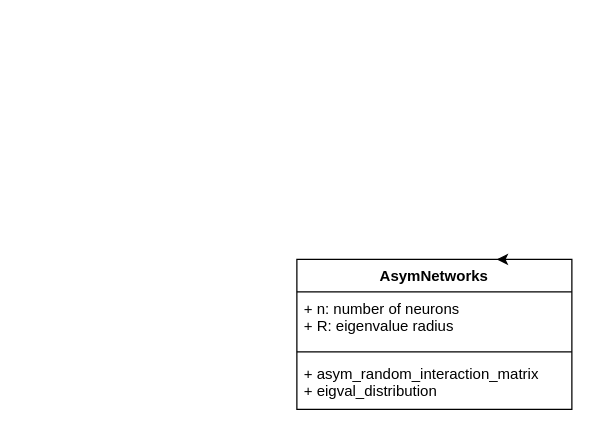
rzhou-space/kaschube-lab.github.io keeps this draw.io diagram as Asym_1D_NN.drawio. Above is the earlier version. Source tidied: cells renumbered, new cells numbered last; positions are measured from the earlier drawing's top-left corner, leaving out a move shared by most shapes. Both pictures are drawn from the tidied source at 125%, with x=0, y=0 at pixel (296, 259).
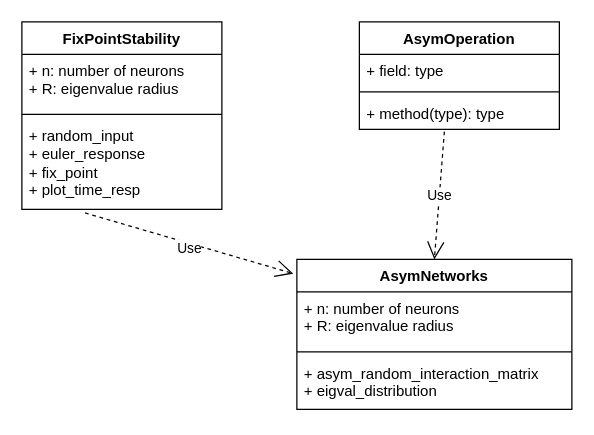
The same page after the edit.

Change to the diagram source:
```diff
@@
 <mxGraphModel>
   <root>
     <mxCell id="0" />
     <mxCell id="1" parent="0" />
     <mxCell id="2" value="AsymNetworks" style="swimlane;fontStyle=1;align=center;verticalAlign=top;horizontal=1;startSize=26;whiteSpace=wrap;html=1;" parent="1" vertex="1">
       <mxGeometry width="220" height="120" as="geometry" />
     </mxCell>
     <mxCell id="3" value="+ n: number of neurons&lt;br&gt;+ R: eigenvalue radius" style="text;strokeColor=none;fillColor=none;align=left;verticalAlign=top;spacingLeft=4;spacingRight=4;overflow=hidden;whiteSpace=wrap;html=1;" parent="2" vertex="1">
       <mxGeometry y="26" width="220" height="44" as="geometry" />
     </mxCell>
     <mxCell id="4" style="line;strokeWidth=1;fillColor=none;align=left;verticalAlign=middle;spacingTop=-1;spacingLeft=3;spacingRight=3;labelPosition=right;strokeColor=inherit;" parent="2" vertex="1">
       <mxGeometry y="70" width="220" height="8" as="geometry" />
     </mxCell>
     <mxCell id="5" value="+ asym_random_interaction_matrix&lt;br&gt;+ eigval_distribution" style="text;strokeColor=none;fillColor=none;align=left;verticalAlign=top;spacingLeft=4;spacingRight=4;overflow=hidden;whiteSpace=wrap;html=1;" parent="2" vertex="1">
       <mxGeometry y="78" width="220" height="42" as="geometry" />
     </mxCell>
-    <mxCell id="6" style="edgeStyle=orthogonalEdgeStyle;rounded=0;jettySize=auto;html=1;exitX=0.75;exitY=0;exitDx=0;exitDy=0;" parent="1" edge="1" source="2">
-      <mxGeometry relative="1" as="geometry">
-        <mxPoint x="160" as="targetPoint" />
-      </mxGeometry>
-    </mxCell>
+    <mxCell id="7" value="FixPointStability" style="swimlane;fontStyle=1;align=center;verticalAlign=top;horizontal=1;startSize=26;whiteSpace=wrap;html=1;" parent="1" vertex="1">
+      <mxGeometry x="-220" y="-190" width="160" height="150" as="geometry" />
+    </mxCell>
+    <mxCell id="8" value="+ n: number of neurons&lt;br&gt;+ R: eigenvalue radius" style="text;strokeColor=none;fillColor=none;align=left;verticalAlign=top;spacingLeft=4;spacingRight=4;overflow=hidden;whiteSpace=wrap;html=1;" parent="7" vertex="1">
+      <mxGeometry y="26" width="160" height="44" as="geometry" />
+    </mxCell>
+    <mxCell id="9" style="line;strokeWidth=1;fillColor=none;align=left;verticalAlign=middle;spacingTop=-1;spacingLeft=3;spacingRight=3;labelPosition=right;strokeColor=inherit;" parent="7" vertex="1">
+      <mxGeometry y="70" width="160" height="8" as="geometry" />
+    </mxCell>
+    <mxCell id="10" value="+ random_input&lt;br&gt;+ euler_response&lt;br&gt;+ fix_point&lt;br&gt;+ plot_time_resp" style="text;strokeColor=none;fillColor=none;align=left;verticalAlign=top;spacingLeft=4;spacingRight=4;overflow=hidden;points=[[0,0.5],[1,0.5]];portConstraint=eastwest;whiteSpace=wrap;html=1;" parent="7" vertex="1">
+      <mxGeometry y="78" width="160" height="72" as="geometry" />
+    </mxCell>
+    <mxCell id="11" value="AsymOperation" style="swimlane;fontStyle=1;align=center;verticalAlign=top;horizontal=1;startSize=26;whiteSpace=wrap;html=1;" parent="1" vertex="1">
+      <mxGeometry x="50" y="-190" width="160" height="86" as="geometry" />
+    </mxCell>
+    <mxCell id="12" value="+ field: type" style="text;strokeColor=none;fillColor=none;align=left;verticalAlign=top;spacingLeft=4;spacingRight=4;overflow=hidden;whiteSpace=wrap;html=1;" parent="11" vertex="1">
+      <mxGeometry y="26" width="160" height="26" as="geometry" />
+    </mxCell>
+    <mxCell id="13" style="line;strokeWidth=1;fillColor=none;align=left;verticalAlign=middle;spacingTop=-1;spacingLeft=3;spacingRight=3;labelPosition=right;strokeColor=inherit;" parent="11" vertex="1">
+      <mxGeometry y="52" width="160" height="8" as="geometry" />
+    </mxCell>
+    <mxCell id="14" value="+ method(type): type" style="text;strokeColor=none;fillColor=none;align=left;verticalAlign=top;spacingLeft=4;spacingRight=4;overflow=hidden;points=[[0,0.5],[1,0.5]];portConstraint=eastwest;whiteSpace=wrap;html=1;" parent="11" vertex="1">
+      <mxGeometry y="60" width="160" height="26" as="geometry" />
+    </mxCell>
+    <mxCell id="15" value="Use" style="endArrow=open;endSize=12;dashed=1;html=1;rounded=0;exitX=0.316;exitY=1.04;exitDx=0;exitDy=0;exitPerimeter=0;entryX=-0.013;entryY=0.095;entryDx=0;entryDy=0;entryPerimeter=0;" parent="1" edge="1" source="10" target="2">
+      <mxGeometry x="0.01" y="-4" relative="1" as="geometry" />
+    </mxCell>
+    <mxCell id="16" value="Use" style="endArrow=open;endSize=12;dashed=1;html=1;rounded=0;exitX=0.425;exitY=1.068;exitDx=0;exitDy=0;exitPerimeter=0;entryX=0.5;entryY=0;entryDx=0;entryDy=0;" parent="1" edge="1" source="14" target="2">
+      <mxGeometry relative="1" as="geometry" />
+    </mxCell>
   </root>
 </mxGraphModel>
```
